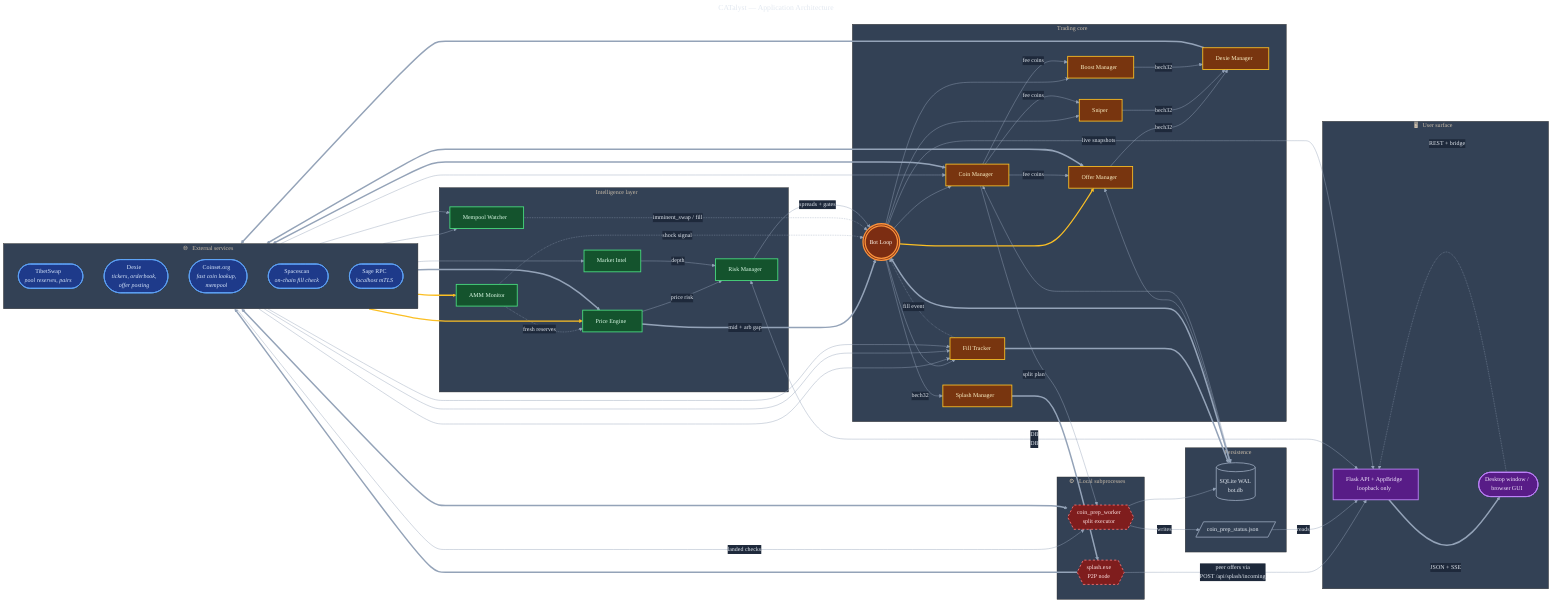
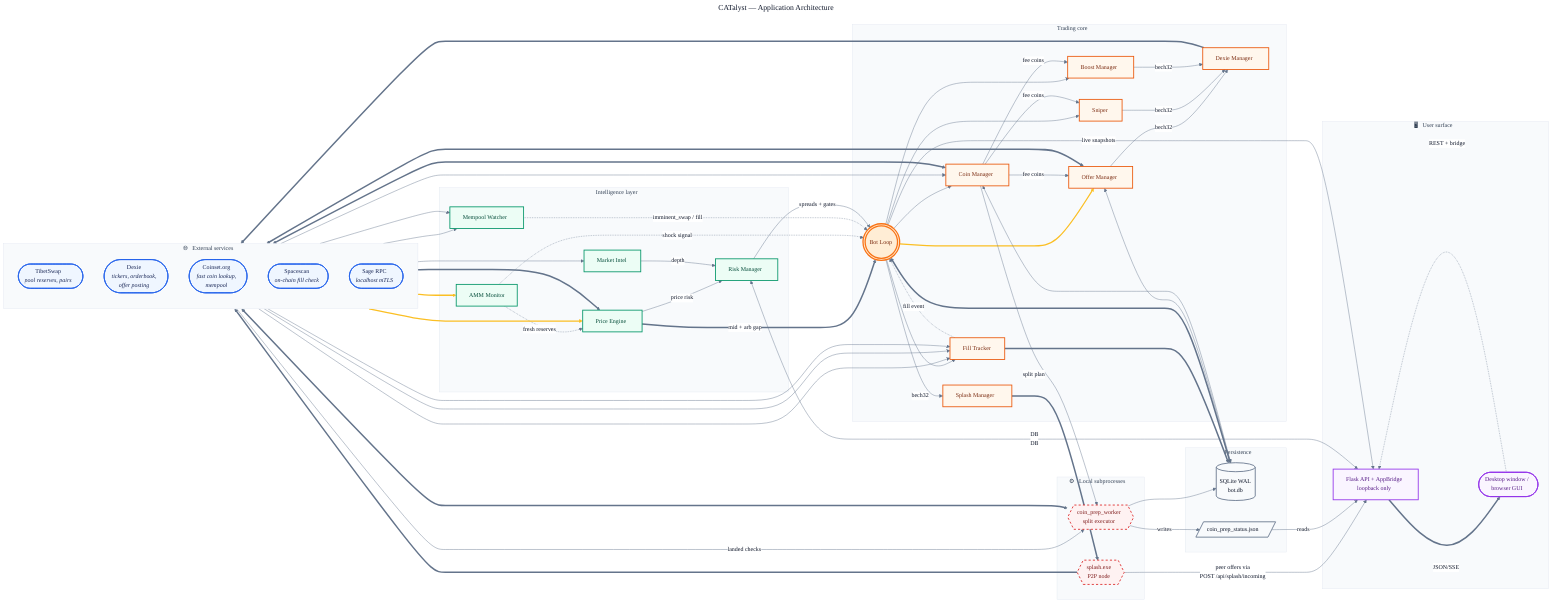
---
title: CATalyst — Application Architecture
config:
  theme: base
  themeVariables:
    fontFamily: "Inter, system-ui, -apple-system, sans-serif"
    fontSize: 14px
-     primaryColor: "#0f172a"
-     primaryTextColor: "#e2e8f0"
-     primaryBorderColor: "#475569"
-     lineColor: "#94a3b8"
-     secondaryColor: "#1e293b"
-     tertiaryColor: "#334155"
+     background: "#ffffff"
+     mainBkg: "#f8fafc"
+     primaryColor: "#f8fafc"
+     primaryTextColor: "#0f172a"
+     primaryBorderColor: "#cbd5e1"
+     lineColor: "#64748b"
+     secondaryColor: "#ffffff"
+     tertiaryColor: "#f1f5f9"
+     clusterBkg: "#f8fafc"
+     clusterBorder: "#e2e8f0"
+     titleColor: "#334155"
+     edgeLabelBackground: "#ffffff"
---
flowchart LR

  %% =========================================================
  %%  EXTERNAL SERVICES — what we read from / write to
  %% =========================================================
  subgraph EXT["🌐 &nbsp; External services"]
    direction TB
    TS([TibetSwap<br/><i>pool reserves, pairs</i>])
    DXM([Dexie<br/><i>tickers, orderbook,<br/>offer posting</i>])
    CS([Coinset.org<br/><i>fast coin lookup,<br/>mempool</i>])
    SC([Spacescan<br/><i>on-chain fill check</i>])
    SAGE([Sage RPC<br/><i>localhost mTLS</i>])
  end

  %% =========================================================
  %%  LOCAL SUBPROCESSES — managed but external to the bot proc
  %% =========================================================
  subgraph SUB["⚙️ &nbsp; Local subprocesses"]
    SP{{splash.exe<br/>P2P node}}
    CP{{coin_prep_worker<br/>split executor}}
  end

  %% =========================================================
  %%  INTELLIGENCE — turns raw signals into decisions
  %% =========================================================
  subgraph INT["🧠 &nbsp; Intelligence layer"]
    PE[Price Engine]
    AMM[AMM Monitor]
    MW[Mempool Watcher]
    MI[Market Intel]
    RM[Risk Manager]
  end

  %% =========================================================
  %%  TRADING CORE — the bot itself
  %% =========================================================
  subgraph CORE["🤖 &nbsp; Trading core"]
    BL(((Bot Loop)))
    OM[Offer Manager]
    SN[Sniper]
    BM[Boost Manager]
    CM[Coin Manager]
    FT[Fill Tracker]
    DM[Dexie Manager]
    SM[Splash Manager]
  end

  %% =========================================================
  %%  PERSISTENCE — where state lives
  %% =========================================================
  subgraph DATA["💾 &nbsp; Persistence"]
    DB[("SQLite WAL<br/>bot.db")]
    SF[/coin_prep_status.json/]
  end

  %% =========================================================
  %%  USER SURFACE
  %% =========================================================
  subgraph SURF["🖥️ &nbsp; User surface"]
    API[Flask API + AppBridge<br/>loopback only]
    UI([Desktop window /<br/>browser GUI])
  end

  %% ---------- External feeds → Intelligence ----------
  TS  ==> PE
  TS  ==> AMM
  TS  --> MW
  DXM ==> PE
  DXM --> MI
  CS  --> MW

  %% ---------- AMM injects fresh reserves into PE ----------
  AMM -. fresh reserves .-> PE

  %% ---------- Intelligence → Bot Loop ----------
  PE  ==>|mid + arb gap| BL
  PE  -->|price risk| RM
  MI  -->|depth| RM
  AMM -.->|shock signal| BL
  MW  -.->|imminent_swap / fill| BL
  RM  -->|spreads + gates| BL

  %% ---------- Bot Loop drives trading ----------
  BL --> OM
  BL --> SN
  BL --> BM
  BL --> CM
  BL --> FT

  %% ---------- Coins + fees ----------
  CM -->|fee coins| OM
  CM -->|fee coins| SN
  CM -->|fee coins| BM
  CS --> CM

  %% ---------- Outbound to Dexie ----------
  OM -->|bech32| DM
  SN -->|bech32| DM
  BM -->|bech32| DM
  DM ==> DXM

  %% ---------- Outbound to Splash P2P ----------
  BL -->|bech32| SM
  SM ==> SP
  SP ==> DXM

  %% ---------- Wallet writes (offers, splits, transfers) ----------
  OM <==> SAGE
  CM <==> SAGE
  CP <==> SAGE

  %% ---------- Inbound peer offers (Splash webhook) ----------
  SP -->|peer offers via<br/>POST /api/splash/incoming| API

  %% ---------- Coin prep handoff (file mediated) ----------
  CM -->|split plan| CP
  CS -->|landed checks| CP
  CP -->|writes| SF
  SF -->|reads| API
  CP --> DB

  %% ---------- Fill verification ----------
  SAGE --> FT
  DXM  --> FT
  SC   --> FT
  FT   -.->|fill event| BL
  FT   ==> DB

  %% ---------- State persistence ----------
  BL  <==> DB
  OM  <--> DB
  CM  <--> DB
  RM  <--  DB

  %% ---------- Up to UI ----------
  DB  --> API
  BL  -->|live snapshots| API
-   API ==>|JSON + SSE| UI
+   API ==>|JSON/SSE| UI
  UI  -.->|REST + bridge| API

  %% =========================================================
  %%  STYLING
  %% =========================================================
-   classDef external fill:#1e3a8a,stroke:#60a5fa,color:#dbeafe,stroke-width:2px
-   classDef subproc  fill:#7f1d1d,stroke:#f87171,color:#fee2e2,stroke-width:2px,stroke-dasharray:5 5
-   classDef intel    fill:#14532d,stroke:#4ade80,color:#dcfce7,stroke-width:2px
-   classDef trade    fill:#78350f,stroke:#fbbf24,color:#fef3c7,stroke-width:2px
-   classDef core     fill:#7c2d12,stroke:#fb923c,color:#fff7ed,stroke-width:3px
-   classDef state    fill:#334155,stroke:#94a3b8,color:#e2e8f0,stroke-width:2px
-   classDef ui       fill:#581c87,stroke:#c084fc,color:#f3e8ff,stroke-width:2px
+   classDef external fill:#eff6ff,stroke:#2563eb,color:#172554,stroke-width:2px
+   classDef subproc  fill:#fef2f2,stroke:#dc2626,color:#7f1d1d,stroke-width:2px,stroke-dasharray:5 5
+   classDef intel    fill:#ecfdf5,stroke:#059669,color:#064e3b,stroke-width:2px
+   classDef trade    fill:#fff7ed,stroke:#ea580c,color:#7c2d12,stroke-width:2px
+   classDef core     fill:#ffedd5,stroke:#f97316,color:#7c2d12,stroke-width:3px
+   classDef state    fill:#f8fafc,stroke:#64748b,color:#0f172a,stroke-width:2px
+   classDef ui       fill:#faf5ff,stroke:#9333ea,color:#581c87,stroke-width:2px

  class TS,DXM,CS,SC,SAGE external
  class SP,CP subproc
  class PE,AMM,MW,MI,RM intel
  class OM,SN,BM,CM,FT,DM,SM trade
  class BL core
  class DB,SF state
  class API,UI ui

  %% Highlight the primary "tick" path: Tibet → PE → BL
  linkStyle 0 stroke:#fbbf24,stroke-width:3px
  linkStyle 1 stroke:#fbbf24,stroke-width:3px
  linkStyle 13 stroke:#fbbf24,stroke-width:3px
